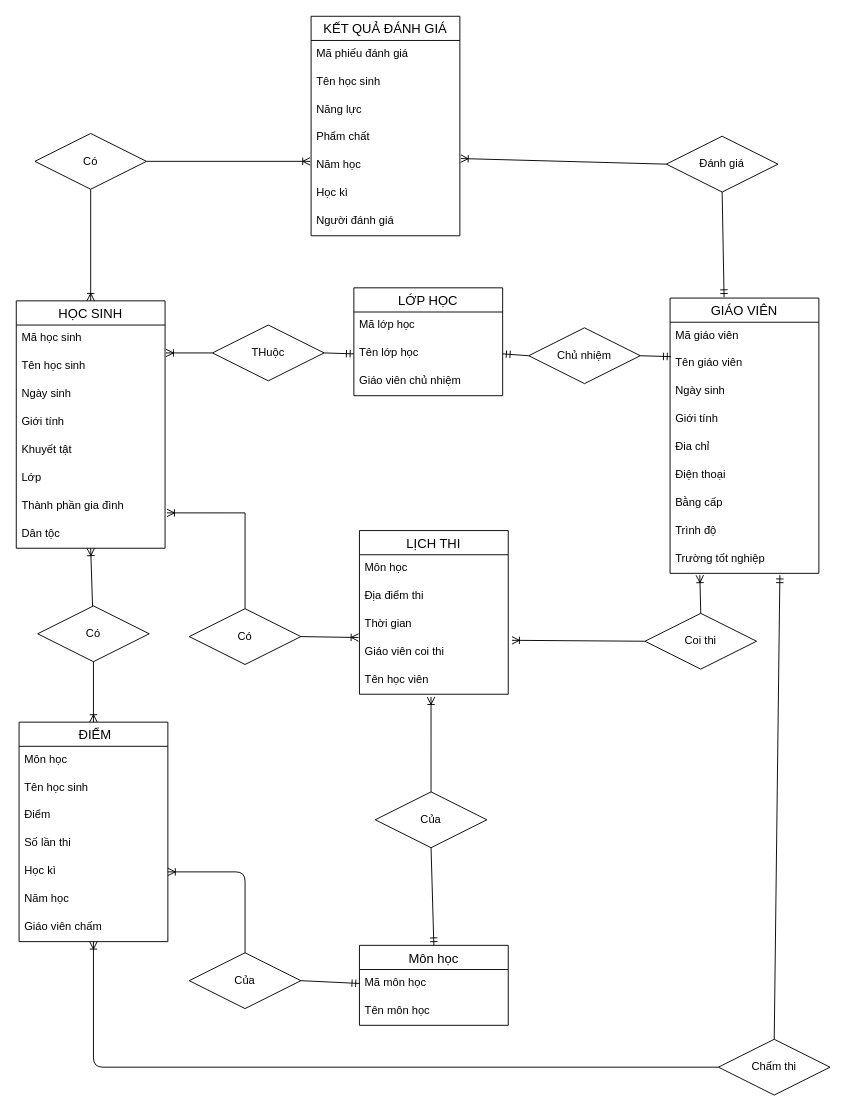
This is 3.1.2.drawio from TLGKien/graph, a draw.io file, before an edit. Source tidied: cells renumbered, new cells numbered last; positions are measured from the earlier drawing's top-left corner, leaving out a move shared by most shapes. Both pictures are drawn from the tidied source at 93%, with x=0, y=0 at pixel (16, 16).
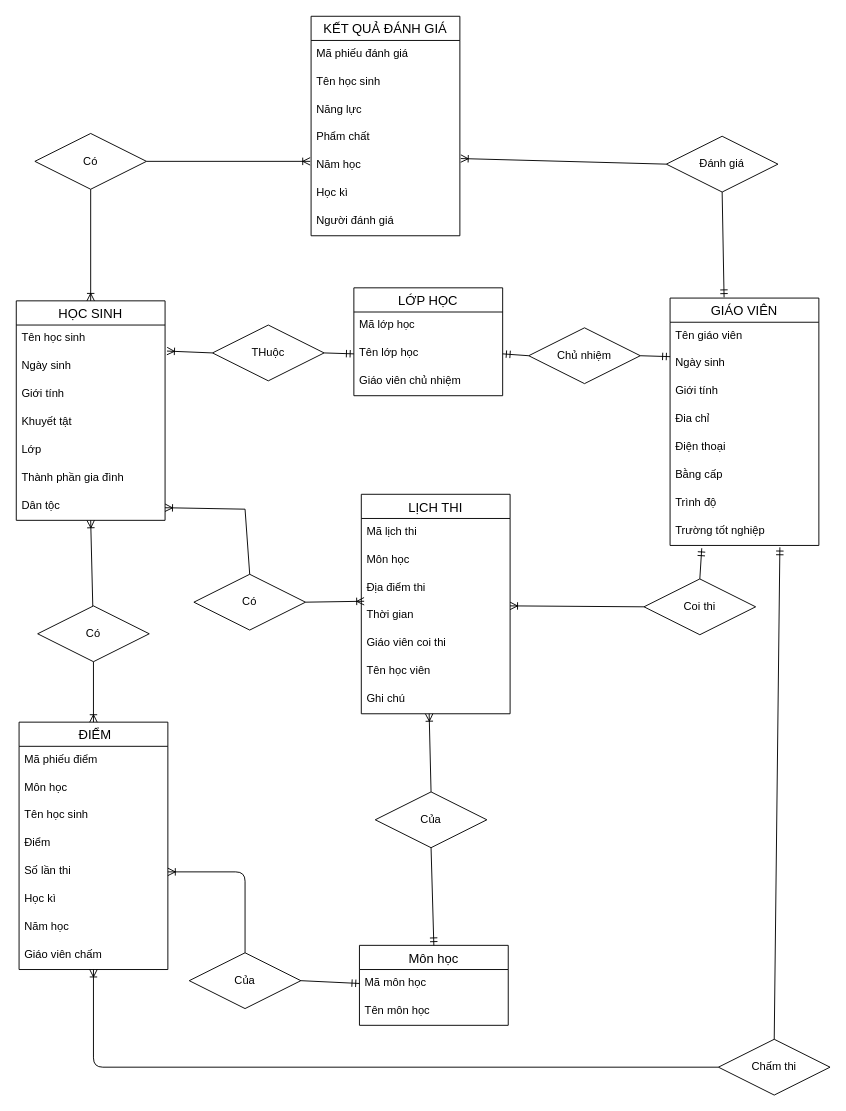
The same diagram, later.

The change refers to these unchanged cells:
```xml
<mxCell id="40" value="Chủ nhiệm" style="shape=rhombus;perimeter=rhombusPerimeter;whiteSpace=wrap;html=1;align=center;" parent="1" vertex="1">
  <mxGeometry x="551" y="335" width="120" height="60" as="geometry" />
</mxCell>
<mxCell id="41" value="THuộc" style="shape=rhombus;perimeter=rhombusPerimeter;whiteSpace=wrap;html=1;align=center;" parent="1" vertex="1">
  <mxGeometry x="211" y="332" width="120" height="60" as="geometry" />
</mxCell>
<mxCell id="46" value="Của" style="shape=rhombus;perimeter=rhombusPerimeter;whiteSpace=wrap;html=1;align=center;" parent="1" vertex="1">
  <mxGeometry x="186" y="1007" width="120" height="60" as="geometry" />
</mxCell>
<mxCell id="63" value="Của" style="shape=rhombus;perimeter=rhombusPerimeter;whiteSpace=wrap;html=1;align=center;" parent="1" vertex="1">
  <mxGeometry x="386" y="834" width="120" height="60" as="geometry" />
</mxCell>
```

The edit, as a diff of the source:
```diff
@@
     <mxCell id="2" value="HỌC SINH" style="swimlane;fontStyle=0;horizontal=1;startSize=26;align=center;fontSize=14;" parent="1" vertex="1">
-      <mxGeometry y="306" width="160" height="266" as="geometry" />
+      <mxGeometry y="306" width="160" height="236" as="geometry" />
     </mxCell>
-    <mxCell id="3" value="Mã học sinh" style="text;strokeColor=none;fillColor=none;spacingLeft=4;spacingRight=4;overflow=hidden;fontSize=12;fontStyle=0;" parent="2" vertex="1">
-      <mxGeometry y="26" width="160" height="30" as="geometry" />
-    </mxCell>
     <mxCell id="4" value="Tên học sinh" style="text;strokeColor=none;fillColor=none;spacingLeft=4;spacingRight=4;overflow=hidden;points=[[0,0.5],[1,0.5]];portConstraint=eastwest;fontSize=12;" parent="2" vertex="1">
-      <mxGeometry y="56" width="160" height="30" as="geometry" />
+      <mxGeometry y="26" width="160" height="30" as="geometry" />
     </mxCell>
     <mxCell id="5" value="Ngày sinh" style="text;strokeColor=none;fillColor=none;spacingLeft=4;spacingRight=4;overflow=hidden;points=[[0,0.5],[1,0.5]];portConstraint=eastwest;fontSize=12;" parent="2" vertex="1">
-      <mxGeometry y="86" width="160" height="30" as="geometry" />
+      <mxGeometry y="56" width="160" height="30" as="geometry" />
     </mxCell>
     <mxCell id="6" value="Giới tính" style="text;strokeColor=none;fillColor=none;spacingLeft=4;spacingRight=4;overflow=hidden;fontSize=12;" parent="2" vertex="1">
-      <mxGeometry y="116" width="160" height="30" as="geometry" />
+      <mxGeometry y="86" width="160" height="30" as="geometry" />
     </mxCell>
     <mxCell id="7" value="Khuyết tật" style="text;strokeColor=none;fillColor=none;spacingLeft=4;spacingRight=4;overflow=hidden;fontSize=12;" parent="2" vertex="1">
-      <mxGeometry y="146" width="160" height="30" as="geometry" />
+      <mxGeometry y="116" width="160" height="30" as="geometry" />
     </mxCell>
     <mxCell id="8" value="Lớp" style="text;strokeColor=none;fillColor=none;spacingLeft=4;spacingRight=4;overflow=hidden;fontSize=12;" parent="2" vertex="1">
-      <mxGeometry y="176" width="160" height="30" as="geometry" />
+      <mxGeometry y="146" width="160" height="30" as="geometry" />
     </mxCell>
     <mxCell id="9" value="Thành phần gia đình" style="text;strokeColor=none;fillColor=none;spacingLeft=4;spacingRight=4;overflow=hidden;points=[[0,0.5],[1,0.5]];portConstraint=eastwest;fontSize=12;" parent="2" vertex="1">
-      <mxGeometry y="206" width="160" height="30" as="geometry" />
+      <mxGeometry y="176" width="160" height="30" as="geometry" />
     </mxCell>
     <mxCell id="10" value="Dân tộc" style="text;strokeColor=none;fillColor=none;spacingLeft=4;spacingRight=4;overflow=hidden;points=[[0,0.5],[1,0.5]];portConstraint=eastwest;fontSize=12;" parent="2" vertex="1">
-      <mxGeometry y="236" width="160" height="30" as="geometry" />
+      <mxGeometry y="206" width="160" height="30" as="geometry" />
     </mxCell>
     <mxCell id="11" value="GIÁO VIÊN" style="swimlane;fontStyle=0;horizontal=1;startSize=26;align=center;fontSize=14;" parent="1" vertex="1">
-      <mxGeometry x="703" y="303" width="160" height="296" as="geometry" />
+      <mxGeometry x="703" y="303" width="160" height="266" as="geometry" />
     </mxCell>
-    <mxCell id="12" value="Mã giáo viên" style="text;strokeColor=none;fillColor=none;spacingLeft=4;spacingRight=4;overflow=hidden;fontSize=12;fontStyle=0;" parent="11" vertex="1">
-      <mxGeometry y="26" width="160" height="30" as="geometry" />
-    </mxCell>
     <mxCell id="13" value="Tên giáo viên" style="text;strokeColor=none;fillColor=none;spacingLeft=4;spacingRight=4;overflow=hidden;points=[[0,0.5],[1,0.5]];portConstraint=eastwest;fontSize=12;" parent="11" vertex="1">
-      <mxGeometry y="56" width="160" height="30" as="geometry" />
+      <mxGeometry y="26" width="160" height="30" as="geometry" />
     </mxCell>
     <mxCell id="14" value="Ngày sinh" style="text;strokeColor=none;fillColor=none;spacingLeft=4;spacingRight=4;overflow=hidden;points=[[0,0.5],[1,0.5]];portConstraint=eastwest;fontSize=12;" parent="11" vertex="1">
-      <mxGeometry y="86" width="160" height="30" as="geometry" />
+      <mxGeometry y="56" width="160" height="30" as="geometry" />
     </mxCell>
     <mxCell id="15" value="Giới tính" style="text;strokeColor=none;fillColor=none;spacingLeft=4;spacingRight=4;overflow=hidden;fontSize=12;" parent="11" vertex="1">
-      <mxGeometry y="116" width="160" height="30" as="geometry" />
+      <mxGeometry y="86" width="160" height="30" as="geometry" />
     </mxCell>
     <mxCell id="16" value="Đia chỉ" style="text;strokeColor=none;fillColor=none;spacingLeft=4;spacingRight=4;overflow=hidden;fontSize=12;" parent="11" vertex="1">
-      <mxGeometry y="146" width="160" height="30" as="geometry" />
+      <mxGeometry y="116" width="160" height="30" as="geometry" />
     </mxCell>
     <mxCell id="17" value="Điện thoại" style="text;strokeColor=none;fillColor=none;spacingLeft=4;spacingRight=4;overflow=hidden;fontSize=12;" parent="11" vertex="1">
-      <mxGeometry y="176" width="160" height="30" as="geometry" />
+      <mxGeometry y="146" width="160" height="30" as="geometry" />
     </mxCell>
     <mxCell id="18" value="Bằng cấp" style="text;strokeColor=none;fillColor=none;spacingLeft=4;spacingRight=4;overflow=hidden;fontSize=12;" parent="11" vertex="1">
-      <mxGeometry y="206" width="160" height="30" as="geometry" />
+      <mxGeometry y="176" width="160" height="30" as="geometry" />
     </mxCell>
     <mxCell id="19" value="Trình độ" style="text;strokeColor=none;fillColor=none;spacingLeft=4;spacingRight=4;overflow=hidden;fontSize=12;" parent="11" vertex="1">
-      <mxGeometry y="236" width="160" height="30" as="geometry" />
+      <mxGeometry y="206" width="160" height="30" as="geometry" />
     </mxCell>
     <mxCell id="20" value="Trường tốt nghiệp" style="text;strokeColor=none;fillColor=none;spacingLeft=4;spacingRight=4;overflow=hidden;points=[[0,0.5],[1,0.5]];portConstraint=eastwest;fontSize=12;" parent="11" vertex="1">
-      <mxGeometry y="266" width="160" height="30" as="geometry" />
+      <mxGeometry y="236" width="160" height="30" as="geometry" />
     </mxCell>
@@
     <mxCell id="28" value=" ĐIỂM" style="swimlane;fontStyle=0;horizontal=1;startSize=26;align=center;fontSize=14;" parent="1" vertex="1">
-      <mxGeometry x="3" y="759" width="160" height="236" as="geometry" />
+      <mxGeometry x="3" y="759" width="160" height="266" as="geometry" />
     </mxCell>
+    <mxCell id="80" value="Mã phiếu điểm" style="text;strokeColor=none;fillColor=none;spacingLeft=4;spacingRight=4;overflow=hidden;fontSize=12;" parent="28" vertex="1">
+      <mxGeometry y="26" width="160" height="30" as="geometry" />
+    </mxCell>
     <mxCell id="29" value="Môn học" style="text;strokeColor=none;fillColor=none;spacingLeft=4;spacingRight=4;overflow=hidden;fontSize=12;" parent="28" vertex="1">
-      <mxGeometry y="26" width="160" height="30" as="geometry" />
+      <mxGeometry y="56" width="160" height="30" as="geometry" />
     </mxCell>
     <mxCell id="30" value="Tên học sinh" style="text;strokeColor=none;fillColor=none;spacingLeft=4;spacingRight=4;overflow=hidden;fontSize=12;" parent="28" vertex="1">
-      <mxGeometry y="56" width="160" height="30" as="geometry" />
+      <mxGeometry y="86" width="160" height="30" as="geometry" />
     </mxCell>
     <mxCell id="31" value="Điểm" style="text;strokeColor=none;fillColor=none;spacingLeft=4;spacingRight=4;overflow=hidden;fontSize=12;" parent="28" vertex="1">
-      <mxGeometry y="86" width="160" height="30" as="geometry" />
+      <mxGeometry y="116" width="160" height="30" as="geometry" />
     </mxCell>
     <mxCell id="32" value="Số lần thi" style="text;strokeColor=none;fillColor=none;spacingLeft=4;spacingRight=4;overflow=hidden;points=[[0,0.5],[1,0.5]];portConstraint=eastwest;fontSize=12;" parent="28" vertex="1">
-      <mxGeometry y="116" width="160" height="30" as="geometry" />
+      <mxGeometry y="146" width="160" height="30" as="geometry" />
     </mxCell>
     <mxCell id="33" value="Học kì" style="text;strokeColor=none;fillColor=none;spacingLeft=4;spacingRight=4;overflow=hidden;points=[[0,0.5],[1,0.5]];portConstraint=eastwest;fontSize=12;" parent="28" vertex="1">
-      <mxGeometry y="146" width="160" height="30" as="geometry" />
+      <mxGeometry y="176" width="160" height="30" as="geometry" />
     </mxCell>
     <mxCell id="34" value="Năm học" style="text;strokeColor=none;fillColor=none;spacingLeft=4;spacingRight=4;overflow=hidden;fontSize=12;" parent="28" vertex="1">
-      <mxGeometry y="176" width="160" height="30" as="geometry" />
+      <mxGeometry y="206" width="160" height="30" as="geometry" />
     </mxCell>
     <mxCell id="35" value="Giáo viên chấm" style="text;strokeColor=none;fillColor=none;spacingLeft=4;spacingRight=4;overflow=hidden;fontSize=12;" parent="28" vertex="1">
-      <mxGeometry y="206" width="160" height="30" as="geometry" />
+      <mxGeometry y="236" width="160" height="30" as="geometry" />
     </mxCell>
@@
-    <mxCell id="42" style="fontSize=12;html=1;endArrow=ERmandOne;exitX=1;exitY=0.5;exitDx=0;exitDy=0;rounded=0;entryX=0.006;entryY=0.233;entryDx=0;entryDy=0;entryPerimeter=0;" parent="1" edge="1" source="40" target="13">
+    <mxCell id="42" style="fontSize=12;html=1;endArrow=ERmandOne;exitX=1;exitY=0.5;exitDx=0;exitDy=0;rounded=0;entryX=0;entryY=0.233;entryDx=0;entryDy=0;entryPerimeter=0;" parent="1" edge="1" source="40" target="14">
       <mxGeometry relative="1" as="geometry" />
     </mxCell>
@@
-    <mxCell id="45" style="fontSize=12;html=1;endArrow=ERoneToMany;entryX=1.006;entryY=0;entryDx=0;entryDy=0;exitX=0;exitY=0.5;exitDx=0;exitDy=0;rounded=0;entryPerimeter=0;" parent="1" edge="1" source="41" target="4">
+    <mxCell id="45" style="fontSize=12;html=1;endArrow=ERoneToMany;entryX=1.013;entryY=-0.067;entryDx=0;entryDy=0;exitX=0;exitY=0.5;exitDx=0;exitDy=0;rounded=0;entryPerimeter=0;" parent="1" edge="1" source="41" target="5">
       <mxGeometry relative="1" as="geometry" />
     </mxCell>
@@
-    <mxCell id="47" style="fontSize=12;html=1;endArrow=ERoneToMany;entryX=1;entryY=0.5;entryDx=0;entryDy=0;exitX=0.5;exitY=0;exitDx=0;exitDy=0;" parent="1" edge="1" source="46" target="33">
+    <mxCell id="47" style="fontSize=12;html=1;endArrow=ERoneToMany;entryX=1;entryY=0.5;entryDx=0;entryDy=0;exitX=0.5;exitY=0;exitDx=0;exitDy=0;" parent="1" edge="1" source="46" target="32">
       <mxGeometry relative="1" as="geometry">
         <Array as="points">
           <mxPoint x="246" y="920" />
         </Array>
       </mxGeometry>
     </mxCell>
@@
     <mxCell id="49" value="LỊCH THI" style="swimlane;fontStyle=0;horizontal=1;startSize=26;align=center;fontSize=14;" parent="1" vertex="1">
-      <mxGeometry x="369" y="553" width="160" height="176" as="geometry" />
+      <mxGeometry x="371" y="514" width="160" height="236" as="geometry" />
     </mxCell>
+    <mxCell id="81" value="Mã lịch thi" style="text;strokeColor=none;fillColor=none;spacingLeft=4;spacingRight=4;overflow=hidden;fontSize=12;" parent="49" vertex="1">
+      <mxGeometry y="26" width="160" height="30" as="geometry" />
+    </mxCell>
     <mxCell id="50" value="Môn học" style="text;strokeColor=none;fillColor=none;spacingLeft=4;spacingRight=4;overflow=hidden;fontSize=12;" parent="49" vertex="1">
-      <mxGeometry y="26" width="160" height="30" as="geometry" />
+      <mxGeometry y="56" width="160" height="30" as="geometry" />
     </mxCell>
     <mxCell id="51" value="Địa điểm thi" style="text;strokeColor=none;fillColor=none;spacingLeft=4;spacingRight=4;overflow=hidden;fontSize=12;" parent="49" vertex="1">
-      <mxGeometry y="56" width="160" height="30" as="geometry" />
+      <mxGeometry y="86" width="160" height="30" as="geometry" />
     </mxCell>
     <mxCell id="52" value="Thời gian" style="text;strokeColor=none;fillColor=none;spacingLeft=4;spacingRight=4;overflow=hidden;points=[[0,0.5],[1,0.5]];portConstraint=eastwest;fontSize=12;" parent="49" vertex="1">
-      <mxGeometry y="86" width="160" height="30" as="geometry" />
+      <mxGeometry y="116" width="160" height="30" as="geometry" />
     </mxCell>
     <mxCell id="53" value="Giáo viên coi thi&#10;" style="text;strokeColor=none;fillColor=none;spacingLeft=4;spacingRight=4;overflow=hidden;points=[[0,0.5],[1,0.5]];portConstraint=eastwest;fontSize=12;" parent="49" vertex="1">
-      <mxGeometry y="116" width="160" height="30" as="geometry" />
+      <mxGeometry y="146" width="160" height="30" as="geometry" />
     </mxCell>
     <mxCell id="54" value="Tên học viên" style="text;strokeColor=none;fillColor=none;spacingLeft=4;spacingRight=4;overflow=hidden;points=[[0,0.5],[1,0.5]];portConstraint=eastwest;fontSize=12;" parent="49" vertex="1">
-      <mxGeometry y="146" width="160" height="30" as="geometry" />
+      <mxGeometry y="176" width="160" height="30" as="geometry" />
     </mxCell>
-    <mxCell id="55" style="fontSize=12;html=1;endArrow=ERoneToMany;rounded=0;exitX=0.5;exitY=0;exitDx=0;exitDy=0;entryX=0.2;entryY=1.067;entryDx=0;entryDy=0;entryPerimeter=0;" parent="1" edge="1" source="56" target="20">
-      <mxGeometry relative="1" as="geometry" />
-    </mxCell>
+    <mxCell id="82" value="Ghi chú" style="text;strokeColor=none;fillColor=none;spacingLeft=4;spacingRight=4;overflow=hidden;points=[[0,0.5],[1,0.5]];portConstraint=eastwest;fontSize=12;" parent="49" vertex="1">
+      <mxGeometry y="206" width="160" height="30" as="geometry" />
+    </mxCell>
     <mxCell id="56" value="Coi thi" style="shape=rhombus;perimeter=rhombusPerimeter;whiteSpace=wrap;html=1;align=center;" parent="1" vertex="1">
-      <mxGeometry x="676" y="642" width="120" height="60" as="geometry" />
+      <mxGeometry x="675" y="605" width="120" height="60" as="geometry" />
     </mxCell>
-    <mxCell id="57" style="fontSize=12;html=1;endArrow=ERoneToMany;rounded=0;exitX=0;exitY=0.5;exitDx=0;exitDy=0;entryX=1.025;entryY=0.067;entryDx=0;entryDy=0;entryPerimeter=0;" parent="1" edge="1" source="56" target="53">
+    <mxCell id="57" style="fontSize=12;html=1;endArrow=ERoneToMany;rounded=0;exitX=0;exitY=0.5;exitDx=0;exitDy=0;entryX=1;entryY=0.133;entryDx=0;entryDy=0;entryPerimeter=0;" parent="1" edge="1" source="56" target="52">
       <mxGeometry relative="1" as="geometry" />
     </mxCell>
     <mxCell id="58" value="Có" style="shape=rhombus;perimeter=rhombusPerimeter;whiteSpace=wrap;html=1;align=center;" parent="1" vertex="1">
-      <mxGeometry x="186" y="637" width="120" height="60" as="geometry" />
+      <mxGeometry x="191" y="600" width="120" height="60" as="geometry" />
     </mxCell>
-    <mxCell id="59" style="fontSize=12;html=1;endArrow=ERoneToMany;entryX=1.013;entryY=0.733;entryDx=0;entryDy=0;exitX=0.5;exitY=0;exitDx=0;exitDy=0;rounded=0;entryPerimeter=0;" parent="1" edge="1" source="58" target="9">
+    <mxCell id="59" style="fontSize=12;html=1;endArrow=ERoneToMany;exitX=0.5;exitY=0;exitDx=0;exitDy=0;rounded=0;" parent="1" edge="1" source="58" target="10">
       <mxGeometry relative="1" as="geometry">
         <Array as="points">
-          <mxPoint x="246" y="534" />
+          <mxPoint x="246" y="530" />
         </Array>
       </mxGeometry>
     </mxCell>
-    <mxCell id="60" style="fontSize=12;html=1;endArrow=ERoneToMany;entryX=-0.006;entryY=0.967;entryDx=0;entryDy=0;exitX=1;exitY=0.5;exitDx=0;exitDy=0;rounded=0;entryPerimeter=0;" parent="1" edge="1" source="58" target="52">
+    <mxCell id="60" style="fontSize=12;html=1;endArrow=ERoneToMany;entryX=0.019;entryY=-0.033;entryDx=0;entryDy=0;exitX=1;exitY=0.5;exitDx=0;exitDy=0;rounded=0;entryPerimeter=0;" parent="1" edge="1" source="58" target="52">
       <mxGeometry relative="1" as="geometry" />
     </mxCell>
@@
-    <mxCell id="64" style="fontSize=12;html=1;endArrow=ERoneToMany;entryX=0.481;entryY=1.1;entryDx=0;entryDy=0;exitX=0.5;exitY=0;exitDx=0;exitDy=0;entryPerimeter=0;" parent="1" edge="1" source="63" target="54">
+    <mxCell id="64" style="fontSize=12;html=1;endArrow=ERoneToMany;entryX=0.456;entryY=1;entryDx=0;entryDy=0;exitX=0.5;exitY=0;exitDx=0;exitDy=0;entryPerimeter=0;" parent="1" edge="1" source="63" target="82">
       <mxGeometry relative="1" as="geometry" />
     </mxCell>
@@
+    <mxCell id="55" style="fontSize=12;html=1;endArrow=ERmandOne;entryX=0.213;entryY=1.1;entryDx=0;entryDy=0;exitX=0.5;exitY=0;exitDx=0;exitDy=0;rounded=0;entryPerimeter=0;" parent="1" edge="1" source="56" target="20">
+      <mxGeometry relative="1" as="geometry" />
+    </mxCell>
```
